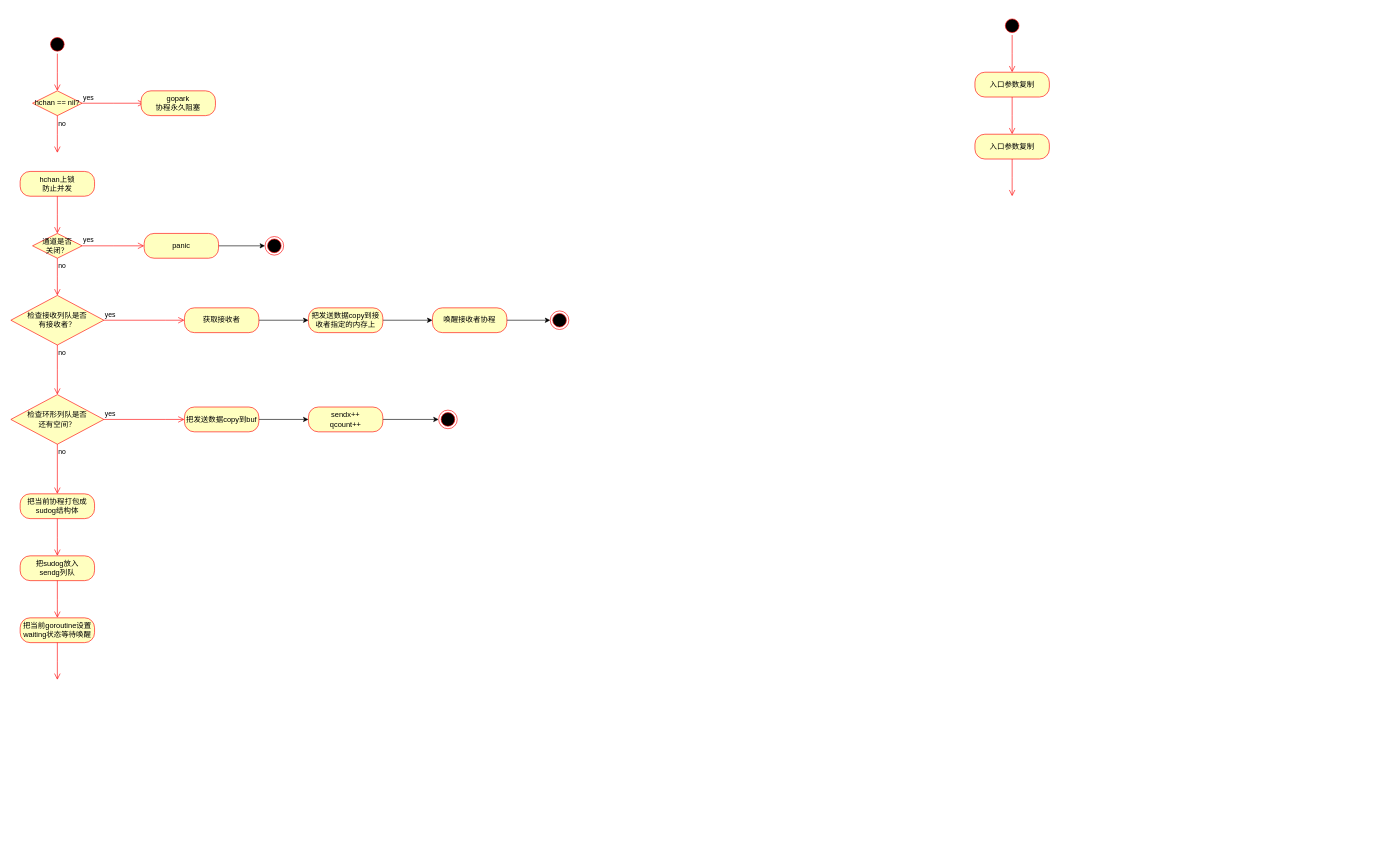
The draw.io diagram golang.drawio in jxu86/project-uml, before the edit. Source tidied: cells renumbered, new cells numbered last; positions are measured from the earlier drawing's top-left corner, leaving out a move shared by most shapes. Both pictures are drawn from the tidied source at 62%, with x=0, y=0 at pixel (11, 16).
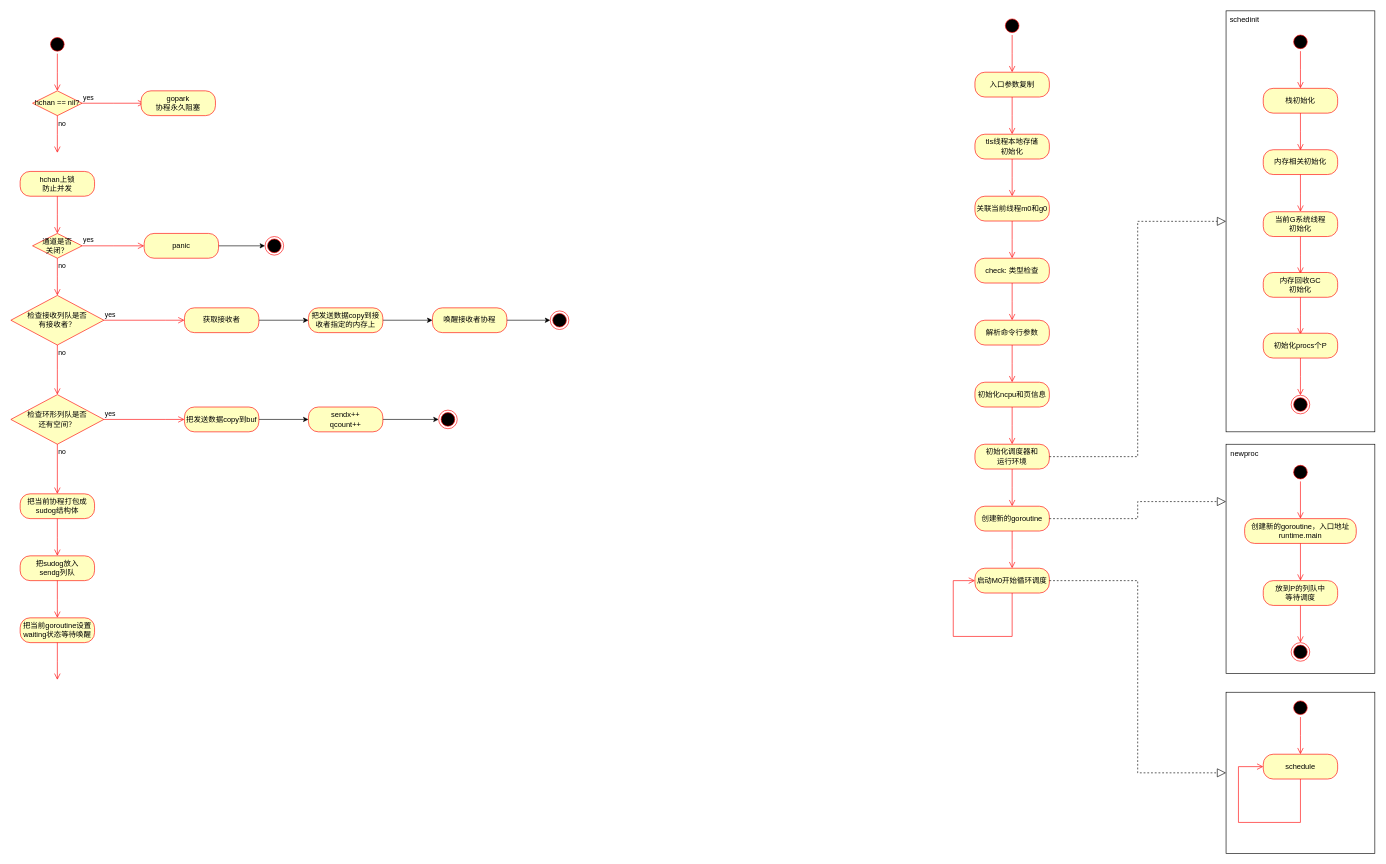
The same diagram, later.

The edit, as a diff of the source:
```diff
@@
+    <mxCell id="46" style="rounded=0;whiteSpace=wrap;html=1;" parent="1" vertex="1">
+      <mxGeometry x="1960" y="1090" width="240" height="260" as="geometry" />
+    </mxCell>
+    <mxCell id="47" style="rounded=0;whiteSpace=wrap;html=1;" parent="1" vertex="1">
+      <mxGeometry x="1960" y="690" width="240" height="370" as="geometry" />
+    </mxCell>
+    <mxCell id="48" style="rounded=0;whiteSpace=wrap;html=1;" parent="1" vertex="1">
+      <mxGeometry x="1960" y="-9" width="240" height="679" as="geometry" />
+    </mxCell>
@@
-    <mxCell id="44" value="入口参数复制" style="rounded=1;whiteSpace=wrap;html=1;arcSize=40;fontColor=#000000;fillColor=#ffffc0;strokeColor=#ff0000;" parent="1" vertex="1">
+    <mxCell id="44" value="tls线程本地存储&lt;br&gt;初始化" style="rounded=1;whiteSpace=wrap;html=1;arcSize=40;fontColor=#000000;fillColor=#ffffc0;strokeColor=#ff0000;" parent="1" vertex="1">
       <mxGeometry x="1555" y="190" width="120" height="40" as="geometry" />
     </mxCell>
@@
+    <mxCell id="49" value="关联当前线程m0和g0" style="rounded=1;whiteSpace=wrap;html=1;arcSize=40;fontColor=#000000;fillColor=#ffffc0;strokeColor=#ff0000;" parent="1" vertex="1">
+      <mxGeometry x="1555" y="290" width="120" height="40" as="geometry" />
+    </mxCell>
+    <mxCell id="50" style="edgeStyle=orthogonalEdgeStyle;html=1;verticalAlign=bottom;endArrow=open;endSize=8;strokeColor=#ff0000;rounded=0;" parent="1" edge="1" source="49">
+      <mxGeometry relative="1" as="geometry">
+        <mxPoint x="1615" y="390" as="targetPoint" />
+      </mxGeometry>
+    </mxCell>
+    <mxCell id="51" value="check: 类型检查" style="rounded=1;whiteSpace=wrap;html=1;arcSize=40;fontColor=#000000;fillColor=#ffffc0;strokeColor=#ff0000;" parent="1" vertex="1">
+      <mxGeometry x="1555" y="390" width="120" height="40" as="geometry" />
+    </mxCell>
+    <mxCell id="52" style="edgeStyle=orthogonalEdgeStyle;html=1;verticalAlign=bottom;endArrow=open;endSize=8;strokeColor=#ff0000;rounded=0;" parent="1" edge="1" source="51">
+      <mxGeometry relative="1" as="geometry">
+        <mxPoint x="1615" y="490" as="targetPoint" />
+      </mxGeometry>
+    </mxCell>
+    <mxCell id="53" value="解析命令行参数" style="rounded=1;whiteSpace=wrap;html=1;arcSize=40;fontColor=#000000;fillColor=#ffffc0;strokeColor=#ff0000;" parent="1" vertex="1">
+      <mxGeometry x="1555" y="490" width="120" height="40" as="geometry" />
+    </mxCell>
+    <mxCell id="54" style="edgeStyle=orthogonalEdgeStyle;html=1;verticalAlign=bottom;endArrow=open;endSize=8;strokeColor=#ff0000;rounded=0;" parent="1" edge="1" source="53">
+      <mxGeometry relative="1" as="geometry">
+        <mxPoint x="1615" y="590" as="targetPoint" />
+      </mxGeometry>
+    </mxCell>
+    <mxCell id="55" value="初始化ncpu和页信息" style="rounded=1;whiteSpace=wrap;html=1;arcSize=40;fontColor=#000000;fillColor=#ffffc0;strokeColor=#ff0000;" parent="1" vertex="1">
+      <mxGeometry x="1555" y="590" width="120" height="40" as="geometry" />
+    </mxCell>
+    <mxCell id="56" style="edgeStyle=orthogonalEdgeStyle;html=1;verticalAlign=bottom;endArrow=open;endSize=8;strokeColor=#ff0000;rounded=0;" parent="1" edge="1" source="55">
+      <mxGeometry relative="1" as="geometry">
+        <mxPoint x="1615" y="690" as="targetPoint" />
+      </mxGeometry>
+    </mxCell>
+    <mxCell id="57" value="初始化调度器和&lt;br&gt;运行环境" style="rounded=1;whiteSpace=wrap;html=1;arcSize=40;fontColor=#000000;fillColor=#ffffc0;strokeColor=#ff0000;" parent="1" vertex="1">
+      <mxGeometry x="1555" y="690" width="120" height="40" as="geometry" />
+    </mxCell>
+    <mxCell id="58" style="edgeStyle=orthogonalEdgeStyle;html=1;verticalAlign=bottom;endArrow=open;endSize=8;strokeColor=#ff0000;rounded=0;" parent="1" edge="1" source="57">
+      <mxGeometry relative="1" as="geometry">
+        <mxPoint x="1615" y="790" as="targetPoint" />
+      </mxGeometry>
+    </mxCell>
+    <mxCell id="59" value="创建新的goroutine" style="rounded=1;whiteSpace=wrap;html=1;arcSize=40;fontColor=#000000;fillColor=#ffffc0;strokeColor=#ff0000;" parent="1" vertex="1">
+      <mxGeometry x="1555" y="790" width="120" height="40" as="geometry" />
+    </mxCell>
+    <mxCell id="60" style="edgeStyle=orthogonalEdgeStyle;html=1;verticalAlign=bottom;endArrow=open;endSize=8;strokeColor=#ff0000;rounded=0;" parent="1" edge="1" source="59">
+      <mxGeometry relative="1" as="geometry">
+        <mxPoint x="1615" y="890" as="targetPoint" />
+      </mxGeometry>
+    </mxCell>
+    <mxCell id="61" value="启动M0开始循环调度" style="rounded=1;whiteSpace=wrap;html=1;arcSize=40;fontColor=#000000;fillColor=#ffffc0;strokeColor=#ff0000;" parent="1" vertex="1">
+      <mxGeometry x="1555" y="890" width="120" height="40" as="geometry" />
+    </mxCell>
+    <mxCell id="62" style="edgeStyle=orthogonalEdgeStyle;html=1;verticalAlign=bottom;endArrow=open;endSize=8;strokeColor=#ff0000;rounded=0;entryX=0;entryY=0.5;entryDx=0;entryDy=0;" parent="1" edge="1" source="61" target="61">
+      <mxGeometry relative="1" as="geometry">
+        <Array as="points">
+          <mxPoint x="1615" y="1000" />
+          <mxPoint x="1520" y="1000" />
+          <mxPoint x="1520" y="910" />
+        </Array>
+      </mxGeometry>
+    </mxCell>
+    <mxCell id="63" value="栈初始化" style="rounded=1;whiteSpace=wrap;html=1;arcSize=40;fontColor=#000000;fillColor=#ffffc0;strokeColor=#ff0000;" parent="1" vertex="1">
+      <mxGeometry x="2020" y="116" width="120" height="40" as="geometry" />
+    </mxCell>
+    <mxCell id="64" style="edgeStyle=orthogonalEdgeStyle;html=1;verticalAlign=bottom;endArrow=open;endSize=8;strokeColor=#ff0000;rounded=0;" parent="1" edge="1" source="63">
+      <mxGeometry relative="1" as="geometry">
+        <mxPoint x="2080" y="216" as="targetPoint" />
+      </mxGeometry>
+    </mxCell>
+    <mxCell id="65" style="ellipse;html=1;shape=startState;fillColor=#000000;strokeColor=#ff0000;" parent="1" vertex="1">
+      <mxGeometry x="2065" y="26" width="30" height="30" as="geometry" />
+    </mxCell>
+    <mxCell id="66" style="edgeStyle=orthogonalEdgeStyle;html=1;verticalAlign=bottom;endArrow=open;endSize=8;strokeColor=#ff0000;rounded=0;" parent="1" edge="1" source="65">
+      <mxGeometry relative="1" as="geometry">
+        <mxPoint x="2080" y="116" as="targetPoint" />
+      </mxGeometry>
+    </mxCell>
+    <mxCell id="67" value="内存相关初始化" style="rounded=1;whiteSpace=wrap;html=1;arcSize=40;fontColor=#000000;fillColor=#ffffc0;strokeColor=#ff0000;" parent="1" vertex="1">
+      <mxGeometry x="2020" y="215" width="120" height="40" as="geometry" />
+    </mxCell>
+    <mxCell id="68" style="edgeStyle=orthogonalEdgeStyle;html=1;verticalAlign=bottom;endArrow=open;endSize=8;strokeColor=#ff0000;rounded=0;" parent="1" edge="1" source="67">
+      <mxGeometry relative="1" as="geometry">
+        <mxPoint x="2080" y="315" as="targetPoint" />
+      </mxGeometry>
+    </mxCell>
+    <mxCell id="69" value="当前G系统线程&lt;br&gt;初始化" style="rounded=1;whiteSpace=wrap;html=1;arcSize=40;fontColor=#000000;fillColor=#ffffc0;strokeColor=#ff0000;" parent="1" vertex="1">
+      <mxGeometry x="2020" y="315" width="120" height="40" as="geometry" />
+    </mxCell>
+    <mxCell id="70" style="edgeStyle=orthogonalEdgeStyle;html=1;verticalAlign=bottom;endArrow=open;endSize=8;strokeColor=#ff0000;rounded=0;" parent="1" edge="1" source="69">
+      <mxGeometry relative="1" as="geometry">
+        <mxPoint x="2080" y="415" as="targetPoint" />
+      </mxGeometry>
+    </mxCell>
+    <mxCell id="71" value="内存回收GC&lt;br&gt;初始化" style="rounded=1;whiteSpace=wrap;html=1;arcSize=40;fontColor=#000000;fillColor=#ffffc0;strokeColor=#ff0000;" parent="1" vertex="1">
+      <mxGeometry x="2020" y="413" width="120" height="40" as="geometry" />
+    </mxCell>
+    <mxCell id="72" style="edgeStyle=orthogonalEdgeStyle;html=1;verticalAlign=bottom;endArrow=open;endSize=8;strokeColor=#ff0000;rounded=0;" parent="1" edge="1" source="71">
+      <mxGeometry relative="1" as="geometry">
+        <mxPoint x="2080" y="513" as="targetPoint" />
+      </mxGeometry>
+    </mxCell>
+    <mxCell id="73" value="初始化procs个P" style="rounded=1;whiteSpace=wrap;html=1;arcSize=40;fontColor=#000000;fillColor=#ffffc0;strokeColor=#ff0000;" parent="1" vertex="1">
+      <mxGeometry x="2020" y="511" width="120" height="40" as="geometry" />
+    </mxCell>
+    <mxCell id="74" style="edgeStyle=orthogonalEdgeStyle;html=1;verticalAlign=bottom;endArrow=open;endSize=8;strokeColor=#ff0000;rounded=0;" parent="1" edge="1" source="73">
+      <mxGeometry relative="1" as="geometry">
+        <mxPoint x="2080" y="611" as="targetPoint" />
+      </mxGeometry>
+    </mxCell>
+    <mxCell id="75" style="ellipse;html=1;shape=endState;fillColor=#000000;strokeColor=#ff0000;" parent="1" vertex="1">
+      <mxGeometry x="2065" y="611" width="30" height="30" as="geometry" />
+    </mxCell>
+    <mxCell id="76" value="schedinit" style="text;html=1;strokeColor=none;fillColor=none;align=center;verticalAlign=middle;whiteSpace=wrap;rounded=0;" parent="1" vertex="1">
+      <mxGeometry x="1960" y="-9" width="60" height="30" as="geometry" />
+    </mxCell>
+    <mxCell id="77" style="endArrow=block;dashed=1;endFill=0;endSize=12;html=1;rounded=0;exitX=1;exitY=0.5;exitDx=0;exitDy=0;entryX=0;entryY=0.5;entryDx=0;entryDy=0;edgeStyle=orthogonalEdgeStyle;" parent="1" edge="1" source="57" target="48">
+      <mxGeometry relative="1" as="geometry" />
+    </mxCell>
+    <mxCell id="78" style="ellipse;html=1;shape=startState;fillColor=#000000;strokeColor=#ff0000;" parent="1" vertex="1">
+      <mxGeometry x="2065" y="720" width="30" height="30" as="geometry" />
+    </mxCell>
+    <mxCell id="79" style="edgeStyle=orthogonalEdgeStyle;html=1;verticalAlign=bottom;endArrow=open;endSize=8;strokeColor=#ff0000;rounded=0;" parent="1" edge="1" source="78">
+      <mxGeometry relative="1" as="geometry">
+        <mxPoint x="2080" y="810" as="targetPoint" />
+      </mxGeometry>
+    </mxCell>
+    <mxCell id="80" value="创建新的goroutine，入口地址runtime.main" style="rounded=1;whiteSpace=wrap;html=1;arcSize=40;fontColor=#000000;fillColor=#ffffc0;strokeColor=#ff0000;" parent="1" vertex="1">
+      <mxGeometry x="1990" y="810" width="180" height="40" as="geometry" />
+    </mxCell>
+    <mxCell id="81" style="edgeStyle=orthogonalEdgeStyle;html=1;verticalAlign=bottom;endArrow=open;endSize=8;strokeColor=#ff0000;rounded=0;" parent="1" edge="1" source="80">
+      <mxGeometry relative="1" as="geometry">
+        <mxPoint x="2080" y="910" as="targetPoint" />
+      </mxGeometry>
+    </mxCell>
+    <mxCell id="82" value="放到P的列队中&lt;br&gt;等待调度" style="rounded=1;whiteSpace=wrap;html=1;arcSize=40;fontColor=#000000;fillColor=#ffffc0;strokeColor=#ff0000;" parent="1" vertex="1">
+      <mxGeometry x="2020" y="910" width="120" height="40" as="geometry" />
+    </mxCell>
+    <mxCell id="83" style="edgeStyle=orthogonalEdgeStyle;html=1;verticalAlign=bottom;endArrow=open;endSize=8;strokeColor=#ff0000;rounded=0;" parent="1" edge="1" source="82">
+      <mxGeometry relative="1" as="geometry">
+        <mxPoint x="2080" y="1010" as="targetPoint" />
+      </mxGeometry>
+    </mxCell>
+    <mxCell id="84" style="ellipse;html=1;shape=endState;fillColor=#000000;strokeColor=#ff0000;" parent="1" vertex="1">
+      <mxGeometry x="2065" y="1010" width="30" height="30" as="geometry" />
+    </mxCell>
+    <mxCell id="85" value="newproc" style="text;html=1;strokeColor=none;fillColor=none;align=center;verticalAlign=middle;whiteSpace=wrap;rounded=0;" parent="1" vertex="1">
+      <mxGeometry x="1960" y="690" width="60" height="30" as="geometry" />
+    </mxCell>
+    <mxCell id="86" style="endArrow=block;dashed=1;endFill=0;endSize=12;html=1;rounded=0;exitX=1;exitY=0.5;exitDx=0;exitDy=0;entryX=0;entryY=0.25;entryDx=0;entryDy=0;edgeStyle=orthogonalEdgeStyle;" parent="1" edge="1" source="59" target="47">
+      <mxGeometry relative="1" as="geometry" />
+    </mxCell>
+    <mxCell id="87" style="ellipse;html=1;shape=startState;fillColor=#000000;strokeColor=#ff0000;" parent="1" vertex="1">
+      <mxGeometry x="2065" y="1100" width="30" height="30" as="geometry" />
+    </mxCell>
+    <mxCell id="88" style="edgeStyle=orthogonalEdgeStyle;html=1;verticalAlign=bottom;endArrow=open;endSize=8;strokeColor=#ff0000;rounded=0;" parent="1" edge="1" source="87">
+      <mxGeometry relative="1" as="geometry">
+        <mxPoint x="2080" y="1190" as="targetPoint" />
+      </mxGeometry>
+    </mxCell>
+    <mxCell id="89" value="schedule" style="rounded=1;whiteSpace=wrap;html=1;arcSize=40;fontColor=#000000;fillColor=#ffffc0;strokeColor=#ff0000;" parent="1" vertex="1">
+      <mxGeometry x="2020" y="1190" width="120" height="40" as="geometry" />
+    </mxCell>
+    <mxCell id="90" style="edgeStyle=orthogonalEdgeStyle;html=1;verticalAlign=bottom;endArrow=open;endSize=8;strokeColor=#ff0000;rounded=0;entryX=0;entryY=0.5;entryDx=0;entryDy=0;" parent="1" edge="1" source="89" target="89">
+      <mxGeometry relative="1" as="geometry">
+        <Array as="points">
+          <mxPoint x="2080" y="1300" />
+          <mxPoint x="1980" y="1300" />
+          <mxPoint x="1980" y="1210" />
+        </Array>
+      </mxGeometry>
+    </mxCell>
+    <mxCell id="91" style="endArrow=block;dashed=1;endFill=0;endSize=12;html=1;rounded=0;exitX=1;exitY=0.5;exitDx=0;exitDy=0;entryX=0;entryY=0.5;entryDx=0;entryDy=0;edgeStyle=orthogonalEdgeStyle;" parent="1" edge="1" source="61" target="46">
+      <mxGeometry relative="1" as="geometry" />
+    </mxCell>
```
